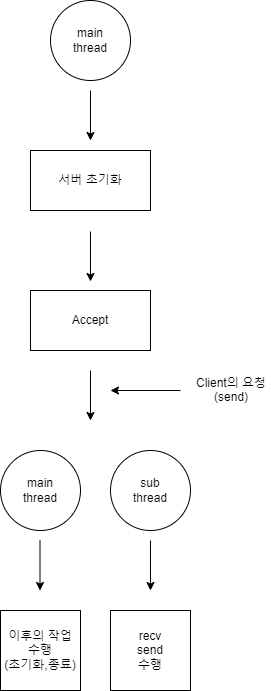
The draw.io diagram img/server_thread.png in njs702/project_oneclick, before a commit. Source tidied: cells renumbered, new cells last; positions are measured from the earlier drawing's top-left corner, leaving out a move shared by most shapes.
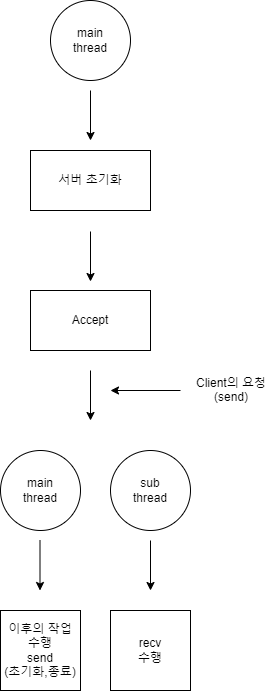
The same diagram one commit later.

Commit message:
리드미 수정, 프로젝트 마무리 부분 빼고 끝

Diff of the diagram source:
```diff
@@ -56,10 +56,10 @@
         <mxPoint x="150" y="590" as="targetPoint" />
       </mxGeometry>
     </mxCell>
-    <mxCell id="14" value="이후의 작업 수행&lt;br&gt;(초기화,종료)" style="whiteSpace=wrap;html=1;" parent="1" vertex="1">
+    <mxCell id="14" value="이후의 작업 수행&lt;br&gt;send&lt;br&gt;(초기화,종료)" style="whiteSpace=wrap;html=1;" parent="1" vertex="1">
       <mxGeometry y="610" width="80" height="80" as="geometry" />
     </mxCell>
-    <mxCell id="15" value="recv&lt;br&gt;send&lt;br&gt;수행" style="whiteSpace=wrap;html=1;" parent="1" vertex="1">
+    <mxCell id="15" value="recv&lt;br&gt;수행" style="whiteSpace=wrap;html=1;" parent="1" vertex="1">
       <mxGeometry x="110" y="610" width="80" height="80" as="geometry" />
     </mxCell>
   </root>
```
